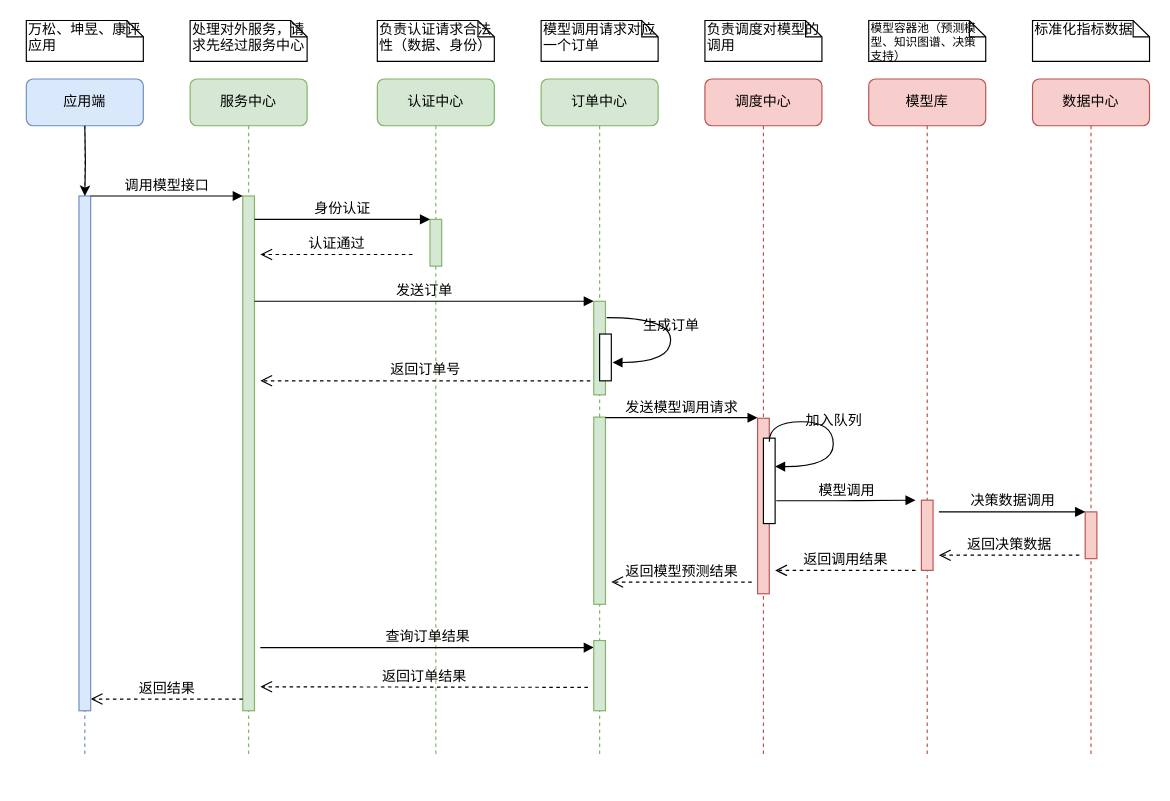
The draw.io diagram page "模型调用流程" (1 of 3) of 主动健康一脑多端.drawio in jingmingcn/drawio, before the edit. Source tidied: cells renumbered, new cells numbered last; positions are measured from the earlier drawing's top-left corner, leaving out a move shared by most shapes. Both pictures are drawn from the tidied source at 117%, with x=0, y=0 at pixel (26, 20).
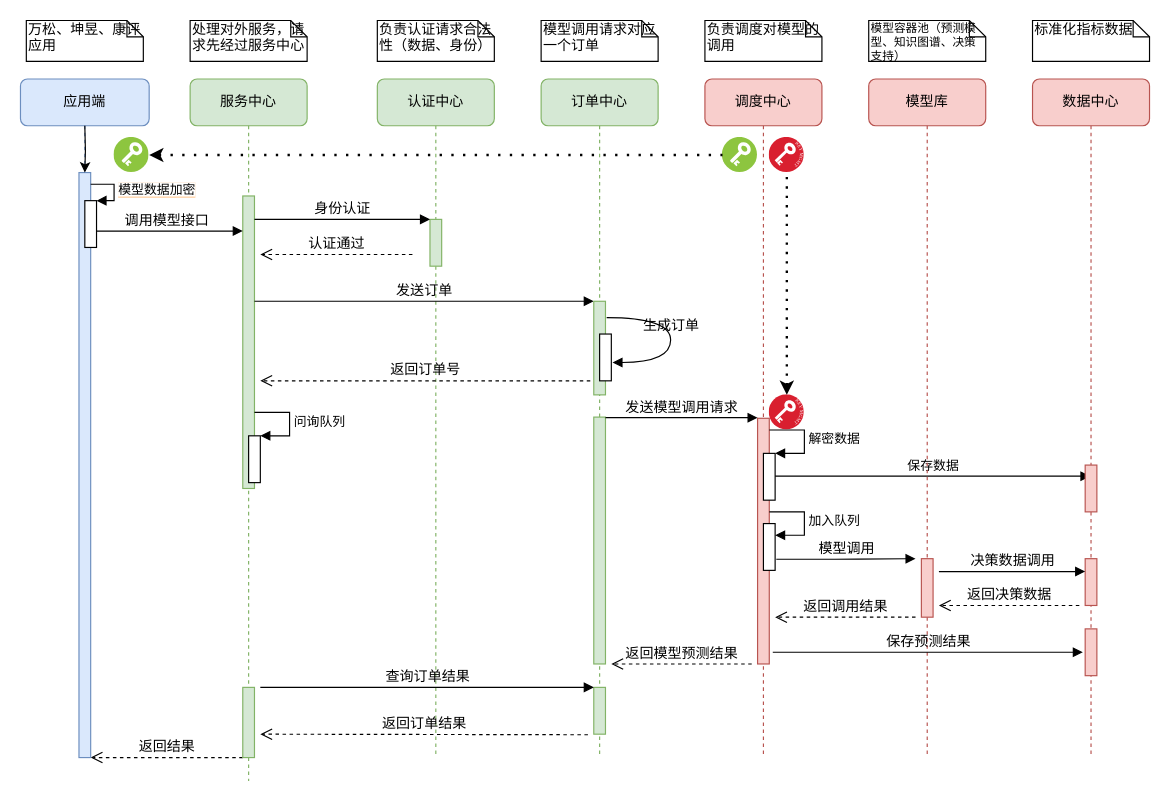
After the change.

Commit message:
Update 主动健康一脑多端.drawio

The change refers to these unchanged cells:
```xml
<mxCell id="5" value="认证中心" style="shape=umlLifeline;perimeter=lifelinePerimeter;whiteSpace=wrap;html=1;rounded=1;shadow=0;comic=0;labelBackgroundColor=none;strokeWidth=1;fontFamily=Verdana;fontSize=12;align=center;fillColor=#d5e8d4;strokeColor=#82b366;" parent="1" vertex="1">
  <mxGeometry x="300" y="50" width="100" height="580" as="geometry" />
</mxCell>
<mxCell id="9" value="订单中心" style="shape=umlLifeline;perimeter=lifelinePerimeter;whiteSpace=wrap;html=1;rounded=1;shadow=0;comic=0;labelBackgroundColor=none;strokeWidth=1;fontFamily=Verdana;fontSize=12;align=center;fillColor=#d5e8d4;strokeColor=#82b366;" parent="1" vertex="1">
  <mxGeometry x="440" y="50" width="100" height="580" as="geometry" />
</mxCell>
<mxCell id="13" value="调度中心" style="shape=umlLifeline;perimeter=lifelinePerimeter;whiteSpace=wrap;html=1;rounded=1;shadow=0;comic=0;labelBackgroundColor=none;strokeWidth=1;fontFamily=Verdana;fontSize=12;align=center;fillColor=#f8cecc;strokeColor=#b85450;" parent="1" vertex="1">
  <mxGeometry x="580" y="50" width="100" height="580" as="geometry" />
</mxCell>
<mxCell id="19" value="模型库" style="shape=umlLifeline;perimeter=lifelinePerimeter;whiteSpace=wrap;html=1;rounded=1;shadow=0;comic=0;labelBackgroundColor=none;strokeWidth=1;fontFamily=Verdana;fontSize=12;align=center;fillColor=#f8cecc;strokeColor=#b85450;" parent="1" vertex="1">
  <mxGeometry x="720" y="50" width="100" height="580" as="geometry" />
</mxCell>
<mxCell id="23" value="数据中心" style="shape=umlLifeline;perimeter=lifelinePerimeter;whiteSpace=wrap;html=1;outlineConnect=0;rounded=1;shadow=0;comic=0;labelBackgroundColor=none;strokeWidth=1;fontFamily=Verdana;fontSize=12;align=center;fillColor=#f8cecc;strokeColor=#b85450;" parent="1" vertex="1">
  <mxGeometry x="860" y="50" width="100" height="580" as="geometry" />
</mxCell>
```

Diff of the diagram source:
```diff
@@
     <mxCell id="2" value="服务中心" style="shape=umlLifeline;perimeter=lifelinePerimeter;whiteSpace=wrap;html=1;rounded=1;shadow=0;comic=0;labelBackgroundColor=none;strokeWidth=1;fontFamily=Verdana;fontSize=12;align=center;fillColor=#d5e8d4;strokeColor=#82b366;" parent="1" vertex="1">
-      <mxGeometry x="140" y="50" width="100" height="580" as="geometry" />
+      <mxGeometry x="140" y="50" width="100" height="600" as="geometry" />
     </mxCell>
     <mxCell id="3" style="html=1;points=[];perimeter=orthogonalPerimeter;rounded=0;shadow=0;comic=0;labelBackgroundColor=none;strokeWidth=1;fontFamily=Verdana;fontSize=12;align=center;fillColor=#d5e8d4;strokeColor=#82b366;" parent="2" vertex="1">
-      <mxGeometry x="45" y="100" width="10" height="440" as="geometry" />
+      <mxGeometry x="45" y="100" width="10" height="250" as="geometry" />
     </mxCell>
     <mxCell id="4" value="返回结果" style="html=1;verticalAlign=bottom;endArrow=open;dashed=1;endSize=8;labelBackgroundColor=none;fontFamily=Verdana;fontSize=12;edgeStyle=elbowEdgeStyle;elbow=horizontal;" parent="2" edge="1">
       <mxGeometry relative="1" as="geometry">
-        <mxPoint x="45" y="530" as="sourcePoint" />
-        <mxPoint x="-85" y="530" as="targetPoint" />
+        <mxPoint x="45" y="580" as="sourcePoint" />
+        <mxPoint x="-85" y="580" as="targetPoint" />
         <Array as="points">
-          <mxPoint x="-10" y="530" />
-          <mxPoint x="20" y="530" />
+          <mxPoint x="-10" y="580" />
+          <mxPoint x="20" y="580" />
         </Array>
       </mxGeometry>
     </mxCell>
+    <mxCell id="29" value="调用模型接口" style="html=1;verticalAlign=bottom;endArrow=block;entryX=0;entryY=0;labelBackgroundColor=none;fontFamily=Verdana;fontSize=12;edgeStyle=elbowEdgeStyle;elbow=vertical;" parent="2" edge="1">
+      <mxGeometry relative="1" as="geometry">
+        <mxPoint x="-85" y="130" as="sourcePoint" />
+        <mxPoint x="45" y="130" as="targetPoint" />
+      </mxGeometry>
+    </mxCell>
+    <mxCell id="44" style="html=1;perimeter=orthogonalPerimeter;fillColor=#d5e8d4;strokeColor=#82b366;" parent="2" vertex="1">
+      <mxGeometry x="45" y="520" width="10" height="60" as="geometry" />
+    </mxCell>
+    <mxCell id="45" style="html=1;points=[];perimeter=orthogonalPerimeter;" parent="2" vertex="1">
+      <mxGeometry x="50" y="305" width="10" height="40" as="geometry" />
+    </mxCell>
+    <mxCell id="46" value="问询队列" style="edgeStyle=orthogonalEdgeStyle;html=1;align=left;spacingLeft=2;endArrow=block;rounded=0;entryX=1;entryY=0;labelBackgroundColor=#FFFFFF;" parent="2" edge="1" target="45">
+      <mxGeometry relative="1" as="geometry">
+        <mxPoint x="55" y="285" as="sourcePoint" />
+        <Array as="points">
+          <mxPoint x="85" y="285" />
+        </Array>
+      </mxGeometry>
+    </mxCell>
@@
+    <mxCell id="43" value="返回订单结果" style="html=1;verticalAlign=bottom;endArrow=open;dashed=1;endSize=8;labelBackgroundColor=none;fontFamily=Verdana;fontSize=12;" parent="5" edge="1">
+      <mxGeometry relative="1" as="geometry">
+        <mxPoint x="180" y="560.5" as="sourcePoint" />
+        <mxPoint x="-100" y="560" as="targetPoint" />
+      </mxGeometry>
+    </mxCell>
@@
     <mxCell id="12" style="html=1;perimeter=orthogonalPerimeter;rounded=0;shadow=0;comic=0;labelBackgroundColor=none;strokeWidth=1;fontFamily=Verdana;fontSize=12;align=center;fillColor=#d5e8d4;strokeColor=#82b366;" parent="9" vertex="1">
-      <mxGeometry x="45" y="289" width="10" height="160" as="geometry" />
+      <mxGeometry x="45" y="289" width="10" height="211" as="geometry" />
     </mxCell>
+    <mxCell id="42" style="html=1;perimeter=orthogonalPerimeter;rounded=0;shadow=0;comic=0;labelBackgroundColor=none;strokeWidth=1;fontFamily=Verdana;fontSize=12;align=center;fillColor=#d5e8d4;strokeColor=#82b366;" parent="9" vertex="1">
+      <mxGeometry x="45" y="520" width="10" height="40" as="geometry" />
+    </mxCell>
@@
     <mxCell id="14" style="html=1;perimeter=orthogonalPerimeter;rounded=0;shadow=0;comic=0;labelBackgroundColor=none;strokeWidth=1;fontFamily=Verdana;fontSize=12;align=center;fillColor=#f8cecc;strokeColor=#b85450;" parent="13" vertex="1">
-      <mxGeometry x="45" y="290" width="10" height="150" as="geometry" />
+      <mxGeometry x="45" y="290" width="10" height="210" as="geometry" />
     </mxCell>
@@
     <mxCell id="16" value="返回模型预测结果" style="html=1;verticalAlign=bottom;endArrow=open;dashed=1;endSize=8;labelBackgroundColor=none;fontFamily=Verdana;fontSize=12;" parent="13" edge="1">
       <mxGeometry relative="1" as="geometry">
-        <mxPoint x="40" y="430" as="sourcePoint" />
-        <mxPoint x="-80" y="430" as="targetPoint" />
+        <mxPoint x="40" y="500" as="sourcePoint" />
+        <mxPoint x="-80" y="500" as="targetPoint" />
       </mxGeometry>
     </mxCell>
     <mxCell id="17" style="html=1;perimeter=orthogonalPerimeter;rounded=0;shadow=0;comic=0;labelBackgroundColor=none;strokeWidth=1;fontFamily=Verdana;fontSize=12;align=center;" parent="13" vertex="1">
-      <mxGeometry x="50" y="307" width="10" height="73" as="geometry" />
+      <mxGeometry x="50" y="380" width="10" height="40" as="geometry" />
     </mxCell>
+    <mxCell id="47" style="html=1;points=[];perimeter=orthogonalPerimeter;" parent="13" vertex="1">
+      <mxGeometry x="50" y="320" width="10" height="40" as="geometry" />
+    </mxCell>
+    <mxCell id="48" value="解密数据" style="edgeStyle=orthogonalEdgeStyle;html=1;align=left;spacingLeft=2;endArrow=block;rounded=0;entryX=1;entryY=0;" parent="13" edge="1" target="47">
+      <mxGeometry relative="1" as="geometry">
+        <mxPoint x="55" y="300" as="sourcePoint" />
+        <Array as="points">
+          <mxPoint x="85" y="300" />
+        </Array>
+      </mxGeometry>
+    </mxCell>
+    <mxCell id="49" value="保存数据" style="html=1;verticalAlign=bottom;endArrow=block;rounded=0;" parent="13" edge="1" target="23">
+      <mxGeometry relative="1" as="geometry">
+        <mxPoint x="60" y="339.5" as="sourcePoint" />
+      </mxGeometry>
+    </mxCell>
-    <mxCell id="18" value="加入队列" style="html=1;verticalAlign=bottom;endArrow=block;labelBackgroundColor=none;fontFamily=Verdana;fontSize=12;elbow=vertical;edgeStyle=orthogonalEdgeStyle;curved=1;entryX=1;entryY=0.286;entryPerimeter=0;exitX=1.038;exitY=0.345;exitPerimeter=0;" parent="13" edge="1">
+    <mxCell id="18" value="加入队列" style="edgeStyle=orthogonalEdgeStyle;html=1;align=left;spacingLeft=2;endArrow=block;rounded=0;entryX=1;entryY=0;" parent="13" edge="1">
       <mxGeometry relative="1" as="geometry">
-        <mxPoint x="55" y="310" as="sourcePoint" />
-        <mxPoint x="60" y="331.3" as="targetPoint" />
+        <mxPoint x="55" y="370" as="sourcePoint" />
+        <mxPoint x="60" y="390" as="targetPoint" />
         <Array as="points">
-          <mxPoint x="109.7" y="293" />
-          <mxPoint x="109.7" y="331" />
+          <mxPoint x="85" y="370" />
         </Array>
       </mxGeometry>
     </mxCell>
+    <mxCell id="50" style="perimeter=ellipsePerimeter;html=1;align=center;shadow=0;dashed=0;fontColor=#4277BB;labelBackgroundColor=#ffffff;fontSize=12;spacingTop=3;image;image=img/lib/ibm/vpc/Key.svg;" parent="13" vertex="1">
+      <mxGeometry x="15" y="50" width="30" height="30" as="geometry" />
+    </mxCell>
+    <mxCell id="51" style="perimeter=ellipsePerimeter;html=1;align=center;shadow=0;dashed=0;fontColor=#4277BB;labelBackgroundColor=#ffffff;fontSize=12;spacingTop=3;image;image=img/lib/ibm/blockchain/key_management.svg;" parent="13" vertex="1">
+      <mxGeometry x="55" y="50" width="30" height="30" as="geometry" />
+    </mxCell>
+    <mxCell id="52" style="perimeter=ellipsePerimeter;html=1;align=center;shadow=0;dashed=0;fontColor=#4277BB;labelBackgroundColor=#ffffff;fontSize=12;spacingTop=3;image;image=img/lib/ibm/blockchain/key_management.svg;" parent="13" vertex="1">
+      <mxGeometry x="55" y="270" width="30" height="30" as="geometry" />
+    </mxCell>
+    <mxCell id="53" style="endArrow=none;dashed=1;html=1;dashPattern=1 3;strokeWidth=2;rounded=0;labelBackgroundColor=#FFFFFF;startArrow=classic;startFill=1;" parent="13" edge="1" source="52" target="51">
+      <mxGeometry relative="1" as="geometry" />
+    </mxCell>
@@
     <mxCell id="20" style="html=1;perimeter=orthogonalPerimeter;rounded=0;shadow=0;comic=0;labelBackgroundColor=none;strokeWidth=1;fontFamily=Verdana;fontSize=12;align=center;fillColor=#f8cecc;strokeColor=#b85450;" parent="19" vertex="1">
-      <mxGeometry x="45" y="360" width="10" height="60" as="geometry" />
+      <mxGeometry x="45" y="410" width="10" height="50" as="geometry" />
     </mxCell>
-    <mxCell id="21" value="模型调用" style="html=1;verticalAlign=bottom;endArrow=block;labelBackgroundColor=none;fontFamily=Verdana;fontSize=12;edgeStyle=elbowEdgeStyle;elbow=horizontal;" parent="19" edge="1">
-      <mxGeometry relative="1" as="geometry">
-        <mxPoint x="-79" y="360.5" as="sourcePoint" />
-        <mxPoint x="40" y="360" as="targetPoint" />
-      </mxGeometry>
-    </mxCell>
     <mxCell id="22" value="返回调用结果" style="html=1;verticalAlign=bottom;endArrow=open;dashed=1;endSize=8;labelBackgroundColor=none;fontFamily=Verdana;fontSize=12;" parent="19" edge="1">
       <mxGeometry relative="1" as="geometry">
-        <mxPoint x="40" y="420" as="sourcePoint" />
-        <mxPoint x="-80" y="420" as="targetPoint" />
+        <mxPoint x="40" y="460" as="sourcePoint" />
+        <mxPoint x="-80" y="460" as="targetPoint" />
       </mxGeometry>
     </mxCell>
@@
     <mxCell id="24" style="html=1;perimeter=orthogonalPerimeter;rounded=0;shadow=0;comic=0;labelBackgroundColor=none;strokeColor=#b85450;strokeWidth=1;fillColor=#f8cecc;fontFamily=Verdana;fontSize=12;align=center;" parent="23" vertex="1">
-      <mxGeometry x="45" y="370" width="10" height="40" as="geometry" />
+      <mxGeometry x="45" y="410" width="10" height="40" as="geometry" />
     </mxCell>
     <mxCell id="25" value="决策数据调用" style="html=1;verticalAlign=bottom;endArrow=block;labelBackgroundColor=none;fontFamily=Verdana;fontSize=12;edgeStyle=elbowEdgeStyle;elbow=horizontal;" parent="23" edge="1">
       <mxGeometry relative="1" as="geometry">
-        <mxPoint x="-80" y="370" as="sourcePoint" />
-        <mxPoint x="45" y="370" as="targetPoint" />
+        <mxPoint x="-80" y="421" as="sourcePoint" />
+        <mxPoint x="45" y="421" as="targetPoint" />
       </mxGeometry>
     </mxCell>
     <mxCell id="26" value="返回决策数据" style="html=1;verticalAlign=bottom;endArrow=open;dashed=1;endSize=8;labelBackgroundColor=none;fontFamily=Verdana;fontSize=12;" parent="23" edge="1">
       <mxGeometry relative="1" as="geometry">
-        <mxPoint x="40" y="407" as="sourcePoint" />
-        <mxPoint x="-80" y="407" as="targetPoint" />
+        <mxPoint x="40" y="450" as="sourcePoint" />
+        <mxPoint x="-80" y="450" as="targetPoint" />
       </mxGeometry>
     </mxCell>
+    <mxCell id="54" style="html=1;perimeter=orthogonalPerimeter;fillColor=#f8cecc;strokeColor=#b85450;" parent="23" vertex="1">
+      <mxGeometry x="45" y="330" width="10" height="40" as="geometry" />
+    </mxCell>
+    <mxCell id="55" value="保存预测结果" style="html=1;verticalAlign=bottom;endArrow=block;labelBackgroundColor=none;fontFamily=Verdana;fontSize=12;edgeStyle=elbowEdgeStyle;elbow=horizontal;" parent="23" edge="1">
+      <mxGeometry relative="1" as="geometry">
+        <mxPoint x="-222" y="490" as="sourcePoint" />
+        <mxPoint x="43" y="490" as="targetPoint" />
+      </mxGeometry>
+    </mxCell>
+    <mxCell id="56" style="html=1;perimeter=orthogonalPerimeter;fillColor=#f8cecc;strokeColor=#b85450;" parent="23" vertex="1">
+      <mxGeometry x="45" y="470" width="10" height="40" as="geometry" />
+    </mxCell>
     <mxCell id="27" value="应用端" style="shape=umlLifeline;perimeter=lifelinePerimeter;whiteSpace=wrap;html=1;rounded=1;shadow=0;comic=0;labelBackgroundColor=none;strokeWidth=1;fontFamily=Verdana;fontSize=12;align=center;fillColor=#dae8fc;strokeColor=#6c8ebf;" parent="1" vertex="1">
-      <mxGeometry y="50" width="100" height="580" as="geometry" />
+      <mxGeometry x="-5" y="50" width="110" height="580" as="geometry" />
     </mxCell>
     <mxCell id="28" style="html=1;points=[];perimeter=orthogonalPerimeter;rounded=0;shadow=0;comic=0;labelBackgroundColor=none;strokeWidth=1;fontFamily=Verdana;fontSize=12;align=center;fillColor=#dae8fc;strokeColor=#6c8ebf;" parent="27" vertex="1">
-      <mxGeometry x="45" y="100" width="10" height="440" as="geometry" />
+      <mxGeometry x="50" y="80" width="10" height="500" as="geometry" />
     </mxCell>
-    <mxCell id="29" value="调用模型接口" style="html=1;verticalAlign=bottom;endArrow=block;entryX=0;entryY=0;labelBackgroundColor=none;fontFamily=Verdana;fontSize=12;edgeStyle=elbowEdgeStyle;elbow=vertical;" parent="1" edge="1" source="28" target="3">
-      <mxGeometry relative="1" as="geometry" />
-    </mxCell>
+    <mxCell id="57" style="html=1;points=[];perimeter=orthogonalPerimeter;" parent="27" vertex="1">
+      <mxGeometry x="55" y="104" width="10" height="40" as="geometry" />
+    </mxCell>
+    <mxCell id="58" value="&lt;span style=&quot;background-color: rgb(255 , 255 , 255)&quot;&gt;模型数据加密&lt;/span&gt;" style="edgeStyle=orthogonalEdgeStyle;html=1;align=left;spacingLeft=2;endArrow=block;rounded=0;entryX=1;entryY=0;labelBackgroundColor=#FFCC99;" parent="27" edge="1" target="57">
+      <mxGeometry relative="1" as="geometry">
+        <mxPoint x="60" y="90" as="sourcePoint" />
+        <Array as="points">
+          <mxPoint x="80" y="90" />
+        </Array>
+      </mxGeometry>
+    </mxCell>
+    <mxCell id="59" style="perimeter=ellipsePerimeter;html=1;align=center;shadow=0;dashed=0;fontColor=#4277BB;labelBackgroundColor=#ffffff;fontSize=12;spacingTop=3;image;image=img/lib/ibm/vpc/Key.svg;" parent="27" vertex="1">
+      <mxGeometry x="80" y="50" width="30" height="30" as="geometry" />
+    </mxCell>
@@
+    <mxCell id="21" value="模型调用" style="html=1;verticalAlign=bottom;endArrow=block;labelBackgroundColor=none;fontFamily=Verdana;fontSize=12;edgeStyle=elbowEdgeStyle;elbow=horizontal;" parent="1" edge="1">
+      <mxGeometry relative="1" as="geometry">
+        <mxPoint x="641" y="460.5" as="sourcePoint" />
+        <mxPoint x="760" y="460" as="targetPoint" />
+      </mxGeometry>
+    </mxCell>
     <mxCell id="41" value="查询订单结果" style="html=1;verticalAlign=bottom;endArrow=block;labelBackgroundColor=none;fontFamily=Verdana;fontSize=12;edgeStyle=elbowEdgeStyle;elbow=horizontal;" parent="1" edge="1">
       <mxGeometry relative="1" as="geometry">
-        <mxPoint x="200" y="536" as="sourcePoint" />
-        <mxPoint x="485" y="536" as="targetPoint" />
+        <mxPoint x="200" y="570" as="sourcePoint" />
+        <mxPoint x="485" y="570" as="targetPoint" />
       </mxGeometry>
     </mxCell>
-    <mxCell id="42" style="html=1;perimeter=orthogonalPerimeter;rounded=0;shadow=0;comic=0;labelBackgroundColor=none;strokeWidth=1;fontFamily=Verdana;fontSize=12;align=center;fillColor=#d5e8d4;strokeColor=#82b366;" parent="1" vertex="1">
-      <mxGeometry x="485" y="530" width="10" height="60" as="geometry" />
-    </mxCell>
-    <mxCell id="43" value="返回订单结果" style="html=1;verticalAlign=bottom;endArrow=open;dashed=1;endSize=8;labelBackgroundColor=none;fontFamily=Verdana;fontSize=12;" parent="1" edge="1">
-      <mxGeometry relative="1" as="geometry">
-        <mxPoint x="480" y="570" as="sourcePoint" />
-        <mxPoint x="200" y="569.5" as="targetPoint" />
-      </mxGeometry>
-    </mxCell>
+    <mxCell id="60" style="endArrow=none;dashed=1;html=1;strokeWidth=2;rounded=0;labelBackgroundColor=#FFFFFF;exitX=1;exitY=0.5;exitDx=0;exitDy=0;dashPattern=1 4;startArrow=classic;startFill=1;" parent="1" edge="1" source="59" target="50">
+      <mxGeometry relative="1" as="geometry" />
+    </mxCell>
```
